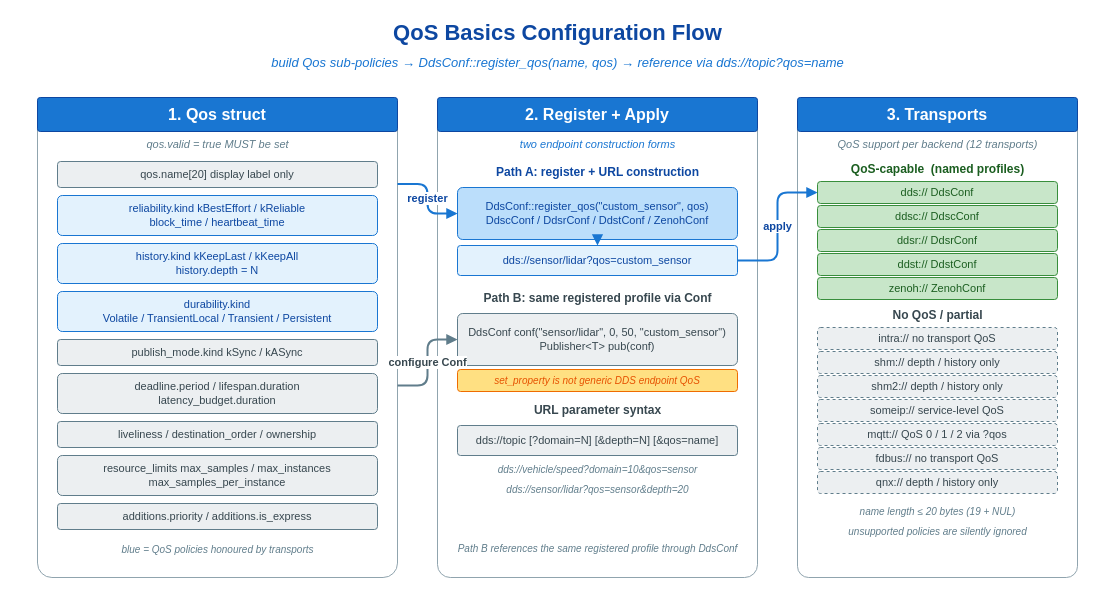
This is examples/qos/qos_basics/images/qos-basic-config.drawio from thun-res/vlink, a draw.io file, before an edit. Source tidied: cells renumbered, new cells numbered last; positions are measured from the earlier drawing's top-left corner, leaving out a move shared by most shapes. Both pictures are drawn from the tidied source at 100%, with x=0, y=0 at pixel (17, 17).
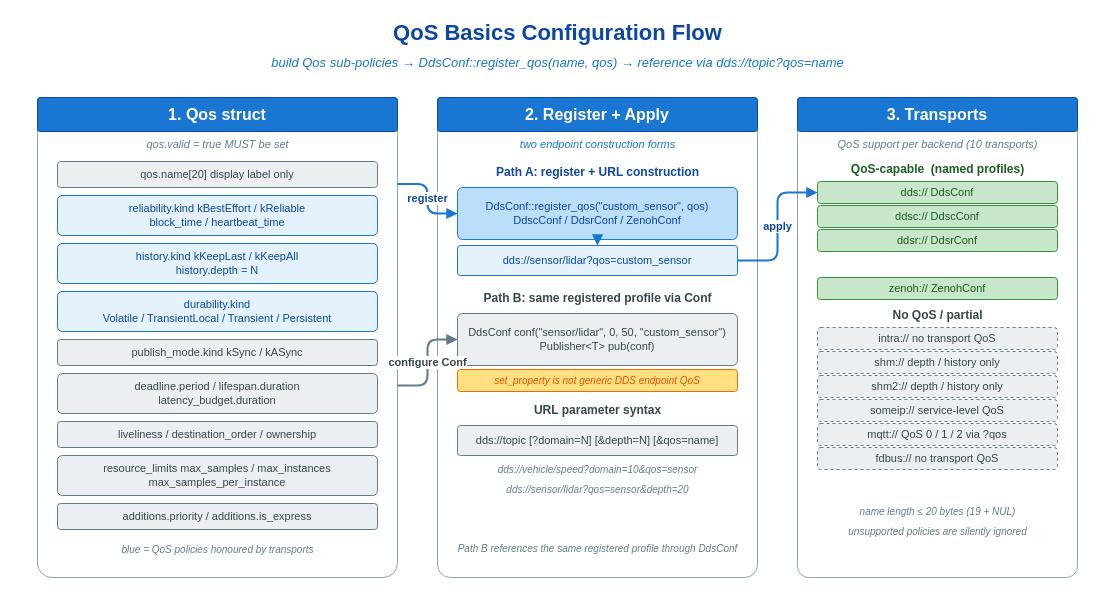
Above is the later version.

Diff of the diagram source:
```diff
@@
-    <mxCell id="21" value="DdsConf::register_qos(&quot;custom_sensor&quot;, qos)&#10;DdscConf / DdsrConf / DdstConf / ZenohConf" style="rounded=1;whiteSpace=wrap;html=1;fillColor=#bbdefb;strokeColor=#1976d2;fontFamily=Helvetica;fontSize=11;fontStyle=0;fontColor=#0d47a1;arcSize=10;shadow=0;" parent="1" vertex="1">
+    <mxCell id="21" value="DdsConf::register_qos(&quot;custom_sensor&quot;, qos)&#10;DdscConf / DdsrConf / ZenohConf" style="rounded=1;whiteSpace=wrap;html=1;fillColor=#bbdefb;strokeColor=#1976d2;fontFamily=Helvetica;fontSize=11;fontStyle=0;fontColor=#0d47a1;arcSize=10;shadow=0;" parent="1" vertex="1">
       <mxGeometry x="440" y="170" width="280" height="52" as="geometry" />
     </mxCell>
@@
-    <mxCell id="33" value="QoS support per backend (12 transports)" style="text;html=1;align=center;verticalAlign=middle;strokeColor=none;fillColor=none;fontFamily=Helvetica;fontSize=11;fontStyle=2;fontColor=#607d8b;" parent="1" vertex="1">
+    <mxCell id="33" value="QoS support per backend (10 transports)" style="text;html=1;align=center;verticalAlign=middle;strokeColor=none;fillColor=none;fontFamily=Helvetica;fontSize=11;fontStyle=2;fontColor=#607d8b;" parent="1" vertex="1">
       <mxGeometry x="780" y="118" width="280" height="18" as="geometry" />
     </mxCell>
@@
-    <mxCell id="38" value="ddst://    DdstConf" style="rounded=1;whiteSpace=wrap;html=1;fillColor=#c8e6c9;strokeColor=#388e3c;fontFamily=Helvetica;fontSize=11;fontStyle=0;fontColor=#1b5e20;arcSize=14;shadow=0;" parent="1" vertex="1">
-      <mxGeometry x="800" y="236" width="240" height="22" as="geometry" />
-    </mxCell>
@@
-    <mxCell id="47" value="qnx://      depth / history only" style="rounded=1;whiteSpace=wrap;html=1;fillColor=#eceff1;strokeColor=#607d8b;fontFamily=Helvetica;fontSize=11;fontStyle=0;fontColor=#37474f;arcSize=14;shadow=0;dashed=1;" parent="1" vertex="1">
-      <mxGeometry x="800" y="454" width="240" height="22" as="geometry" />
-    </mxCell>
```
